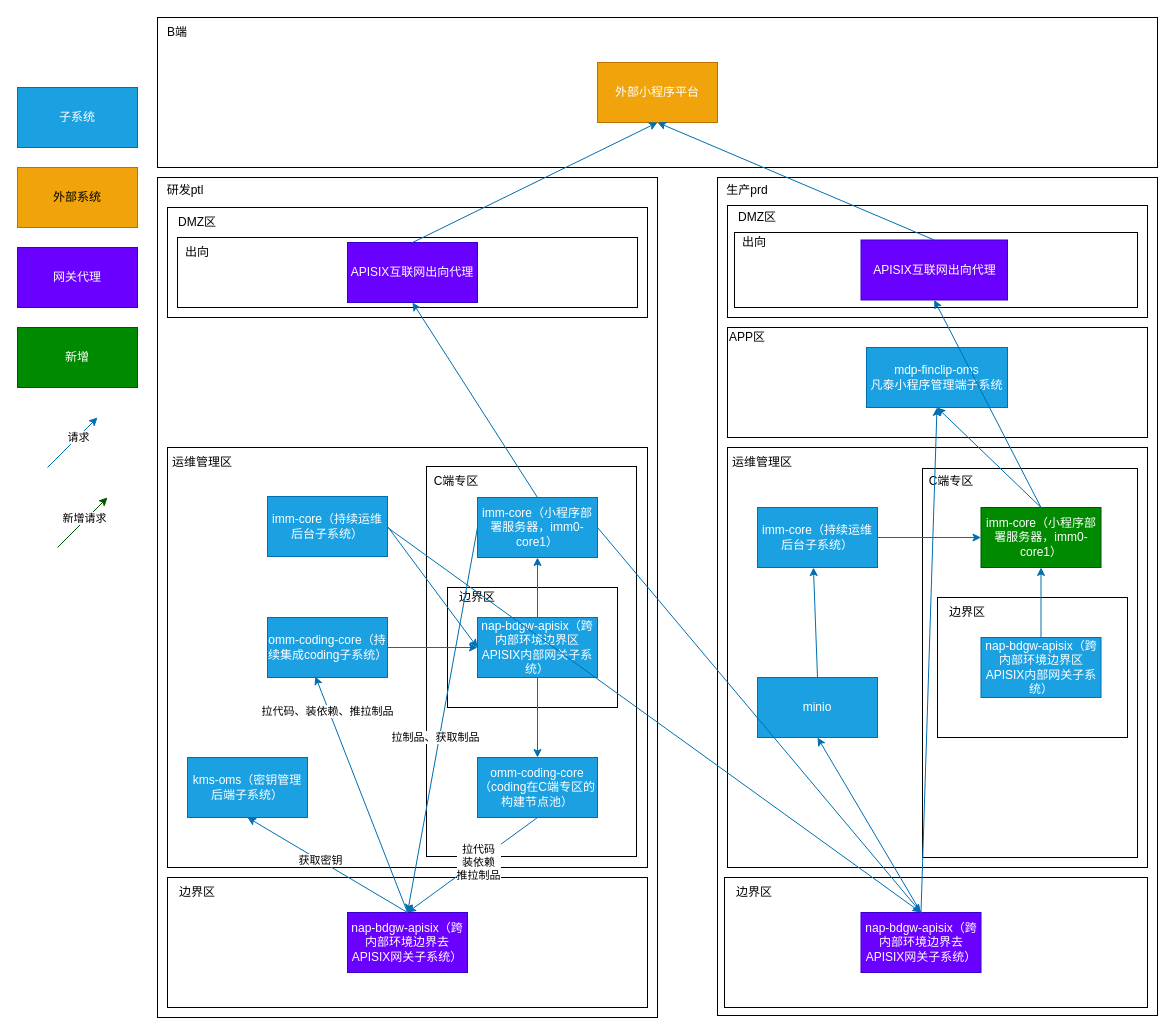
The draw.io diagram 小程序发布部署架构图-生产有C端专区-凡泰测试发到生产.drawio in lao-chengyong/-, before the edit. Source tidied: cells renumbered, new cells numbered last; positions are measured from the earlier drawing's top-left corner, leaving out a move shared by most shapes. Both pictures are drawn from the tidied source at 100%, with x=0, y=0 at pixel (17, 17).
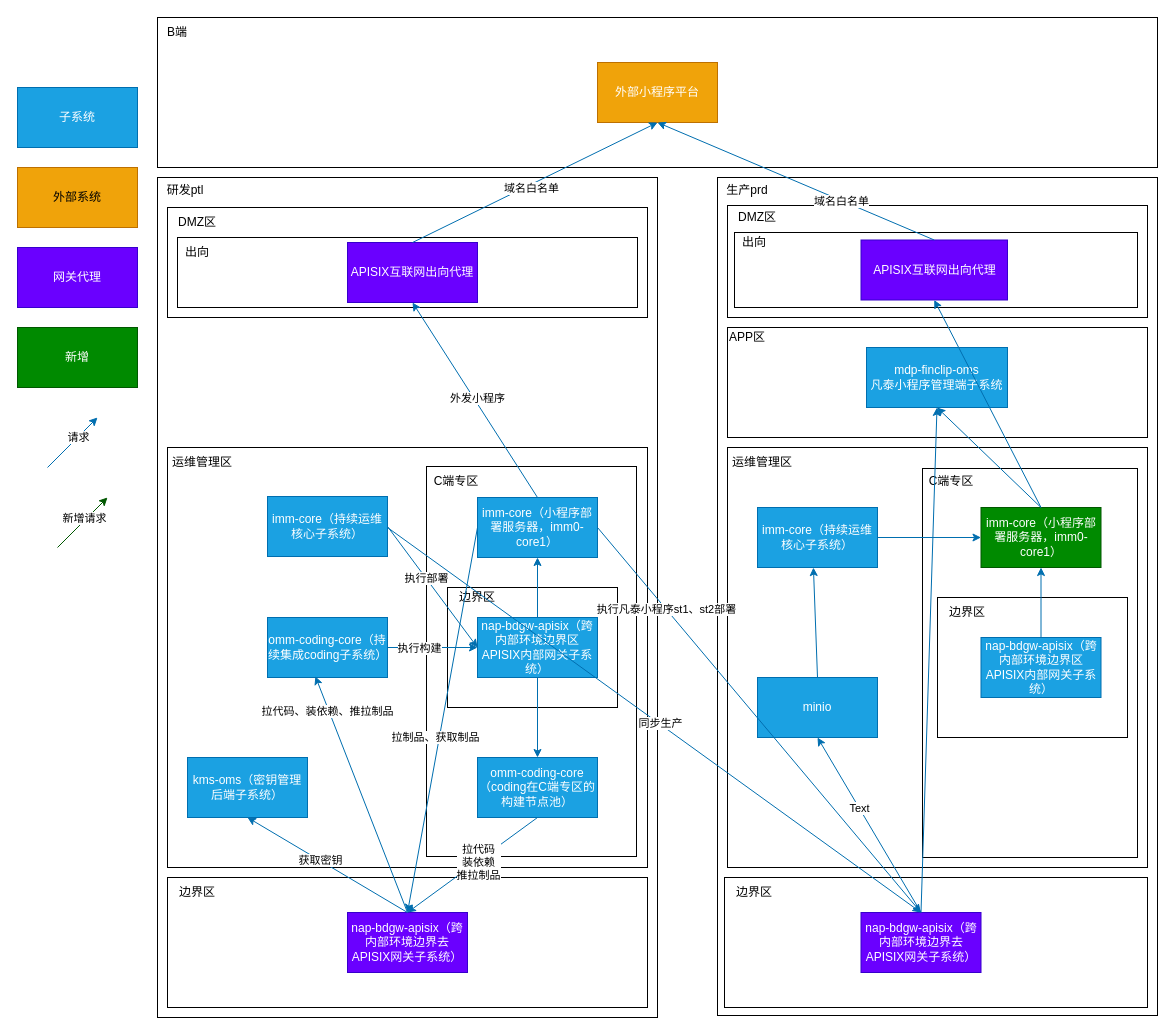
The same diagram, later.

Commit message:
更新小程序发布部署架构图-生产有C端专区-凡泰测试发到生产.drawio

The change refers to these unchanged cells:
```xml
<mxCell id="54" style="endArrow=classic;html=1;rounded=0;exitX=1;exitY=0.5;exitDx=0;exitDy=0;fillColor=#1ba1e2;strokeColor=#006EAF;entryX=0;entryY=0.5;entryDx=0;entryDy=0;" parent="1" edge="1" source="11" target="48">
  <mxGeometry relative="1" as="geometry" />
</mxCell>
<mxCell id="55" style="endArrow=classic;html=1;rounded=0;exitX=1;exitY=0.5;exitDx=0;exitDy=0;fillColor=#1ba1e2;strokeColor=#006EAF;entryX=0;entryY=0.5;entryDx=0;entryDy=0;" parent="1" edge="1" source="10" target="48">
  <mxGeometry relative="1" as="geometry" />
</mxCell>
<mxCell id="56" style="endArrow=classic;html=1;rounded=0;exitX=0.5;exitY=0;exitDx=0;exitDy=0;fillColor=#1ba1e2;strokeColor=#006EAF;entryX=0.5;entryY=1;entryDx=0;entryDy=0;" parent="1" edge="1" source="13" target="27">
  <mxGeometry relative="1" as="geometry" />
</mxCell>
<mxCell id="57" style="endArrow=classic;html=1;rounded=0;exitX=0.5;exitY=0;exitDx=0;exitDy=0;fillColor=#1ba1e2;strokeColor=#006EAF;entryX=0.5;entryY=1;entryDx=0;entryDy=0;" parent="1" edge="1" source="27" target="40">
  <mxGeometry relative="1" as="geometry" />
</mxCell>
<mxCell id="58" style="endArrow=classic;html=1;rounded=0;exitX=0.5;exitY=0;exitDx=0;exitDy=0;fillColor=#1ba1e2;strokeColor=#006EAF;entryX=0.5;entryY=1;entryDx=0;entryDy=0;" parent="1" edge="1" source="28" target="40">
  <mxGeometry relative="1" as="geometry" />
</mxCell>
<mxCell id="72" style="endArrow=classic;html=1;rounded=0;entryX=0.5;entryY=0;entryDx=0;entryDy=0;fillColor=#1ba1e2;strokeColor=#006EAF;" parent="1" edge="1" target="71">
  <mxGeometry relative="1" as="geometry">
    <mxPoint x="370" y="510" as="sourcePoint" />
  </mxGeometry>
</mxCell>
<mxCell id="73" style="endArrow=classic;html=1;rounded=0;fillColor=#1ba1e2;strokeColor=#006EAF;entryX=0.5;entryY=1;entryDx=0;entryDy=0;exitX=0.5;exitY=0;exitDx=0;exitDy=0;" parent="1" edge="1" source="71" target="66">
  <mxGeometry relative="1" as="geometry" />
</mxCell>
<mxCell id="74" style="endArrow=classic;html=1;rounded=0;fillColor=#1ba1e2;strokeColor=#006EAF;entryX=0.5;entryY=0;entryDx=0;entryDy=0;exitX=1;exitY=0.5;exitDx=0;exitDy=0;" parent="1" edge="1" source="13" target="71">
  <mxGeometry relative="1" as="geometry" />
</mxCell>
```

What changed in the source:
```diff
@@
-    <mxCell id="11" value="imm-core（持续运维后台子系统）" style="rounded=0;whiteSpace=wrap;html=1;fillColor=#1ba1e2;fontColor=#ffffff;strokeColor=#006EAF;" parent="1" vertex="1">
+    <mxCell id="11" value="imm-core（持续运维核心子系统）" style="rounded=0;whiteSpace=wrap;html=1;fillColor=#1ba1e2;fontColor=#ffffff;strokeColor=#006EAF;" parent="1" vertex="1">
       <mxGeometry x="250" y="479" width="120" height="60" as="geometry" />
     </mxCell>
@@
-    <mxCell id="34" value="imm-core（持续运维后台子系统）" style="rounded=0;whiteSpace=wrap;html=1;fillColor=#1ba1e2;fontColor=#ffffff;strokeColor=#006EAF;" parent="1" vertex="1">
+    <mxCell id="34" value="imm-core（持续运维核心子系统）" style="rounded=0;whiteSpace=wrap;html=1;fillColor=#1ba1e2;fontColor=#ffffff;strokeColor=#006EAF;" parent="1" vertex="1">
       <mxGeometry x="740" y="490" width="120" height="60" as="geometry" />
     </mxCell>
@@
+    <mxCell id="84" value="执行部署" style="edgeLabel;html=1;align=center;verticalAlign=middle;" parent="54" vertex="1">
+      <mxGeometry x="-0.15" relative="1" as="geometry" />
+    </mxCell>
@@
+    <mxCell id="85" value="执行构建" style="edgeLabel;html=1;align=center;verticalAlign=middle;" parent="55" vertex="1">
+      <mxGeometry x="-0.3" relative="1" as="geometry" />
+    </mxCell>
@@
+    <mxCell id="86" value="外发小程序" style="edgeLabel;html=1;align=center;verticalAlign=middle;" parent="56" vertex="1">
+      <mxGeometry y="-3" relative="1" as="geometry" />
+    </mxCell>
@@
+    <mxCell id="87" value="域名白名单" style="edgeLabel;html=1;align=center;verticalAlign=middle;" parent="57" vertex="1">
+      <mxGeometry x="-0.05" y="-3" relative="1" as="geometry" />
+    </mxCell>
@@
+    <mxCell id="88" value="域名白名单" style="edgeLabel;html=1;align=center;verticalAlign=middle;" parent="58" vertex="1">
+      <mxGeometry x="-0.33" relative="1" as="geometry" />
+    </mxCell>
@@
+    <mxCell id="89" value="同步生产" style="edgeLabel;html=1;align=center;verticalAlign=middle;" parent="72" vertex="1">
+      <mxGeometry x="0.02" y="2" relative="1" as="geometry">
+        <mxPoint x="-1" as="offset" />
+      </mxGeometry>
+    </mxCell>
@@
+    <mxCell id="90" value="Text" style="edgeLabel;html=1;align=center;verticalAlign=middle;" parent="73" vertex="1">
+      <mxGeometry x="0.19" relative="1" as="geometry" />
+    </mxCell>
@@
+    <mxCell id="91" value="执行凡泰小程序st1、st2部署" style="edgeLabel;html=1;align=center;verticalAlign=middle;" parent="74" vertex="1">
+      <mxGeometry x="-0.58" relative="1" as="geometry" />
+    </mxCell>
```
